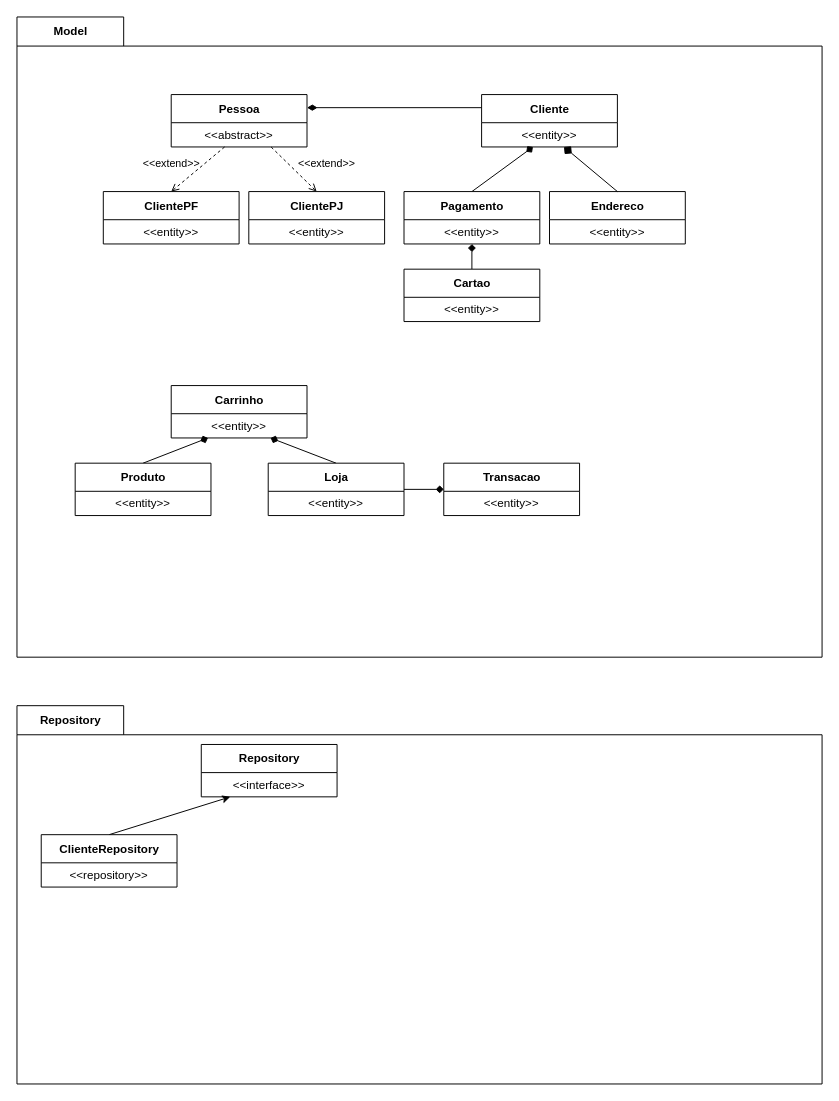
Earlier version of the draw.io diagram docs/assets/UML-pacotes.drawio (ospgab/LC_ProjetoFinal2). Source tidied: cells renumbered, new cells numbered last; positions are measured from the earlier drawing's top-left corner, leaving out a move shared by most shapes. Both pictures are drawn from the tidied source at 97%, with x=0, y=0 at pixel (16, 16).
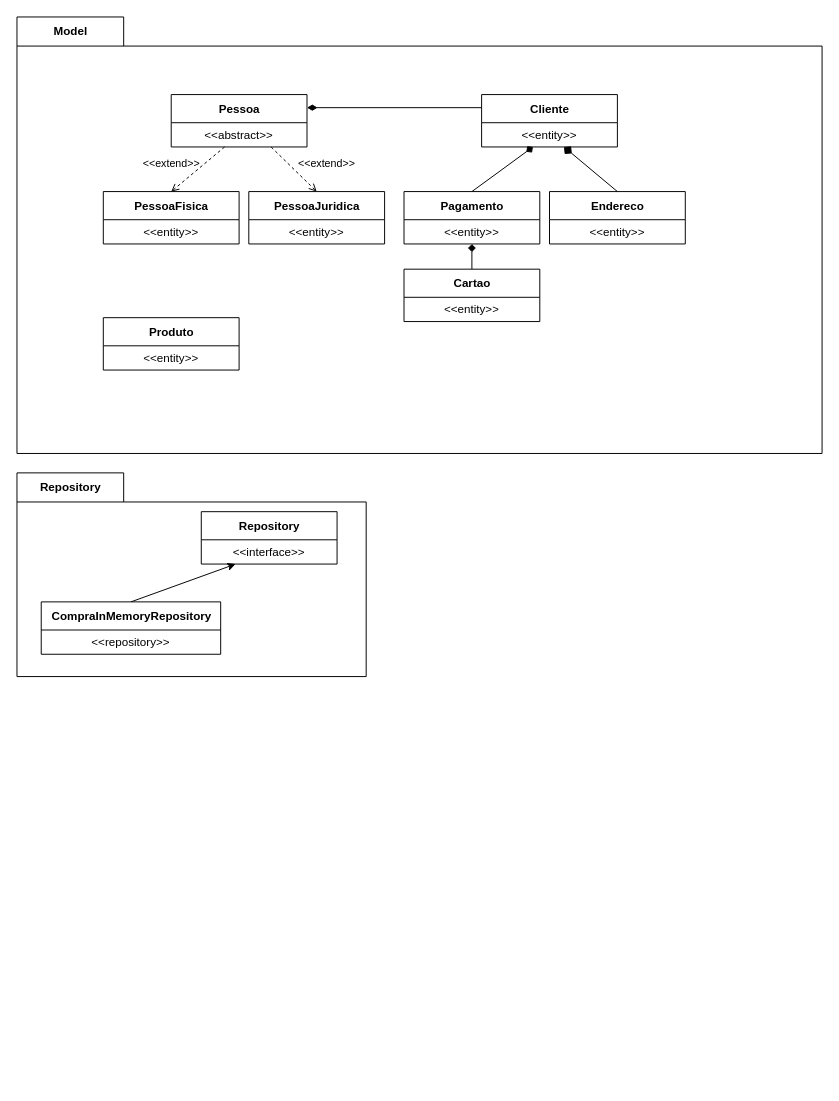
The same page after the edit.

Commit message (it also covers changes not shown here):
atualiza diagrama

Diff of the diagram source:
```diff
@@
     <mxCell id="2" value="Repository" style="shape=folder;fontStyle=1;tabWidth=110;tabHeight=30;tabPosition=left;html=1;boundedLbl=1;labelInHeader=1;" parent="1" vertex="1">
-      <mxGeometry y="710" width="830" height="390" as="geometry" />
+      <mxGeometry y="470" width="360" height="210" as="geometry" />
     </mxCell>
@@
-    <mxCell id="6" value="ClienteRepository" style="swimlane;fontStyle=1;align=center;verticalAlign=middle;horizontal=1;startSize=29;html=1;" parent="2" vertex="1">
-      <mxGeometry x="25" y="133" width="140" height="54" as="geometry" />
+    <mxCell id="6" value="CompraInMemoryRepository" style="swimlane;fontStyle=1;align=center;verticalAlign=middle;horizontal=1;startSize=29;html=1;" parent="2" vertex="1">
+      <mxGeometry x="25" y="133" width="185" height="54" as="geometry" />
     </mxCell>
     <mxCell id="7" value="&amp;lt;&amp;lt;repository&amp;gt;&amp;gt;" style="text;html=1;strokeColor=none;fillColor=none;align=center;verticalAlign=middle;spacingLeft=4;spacingRight=4;overflow=hidden;" parent="6" vertex="1">
-      <mxGeometry y="29" width="140" height="25" as="geometry" />
+      <mxGeometry y="29" width="185" height="25" as="geometry" />
     </mxCell>
@@
     <mxCell id="9" value="Model" style="shape=folder;fontStyle=1;tabWidth=110;tabHeight=30;tabPosition=left;html=1;boundedLbl=1;labelInHeader=1;" parent="1" vertex="1">
-      <mxGeometry width="830" height="660" as="geometry" />
+      <mxGeometry width="830" height="450" as="geometry" />
     </mxCell>
@@
-    <mxCell id="12" value="ClientePF" style="swimlane;fontStyle=1;align=center;verticalAlign=middle;horizontal=1;startSize=29;html=1;" parent="9" vertex="1">
+    <mxCell id="12" value="PessoaFisica" style="swimlane;fontStyle=1;align=center;verticalAlign=middle;horizontal=1;startSize=29;html=1;" parent="9" vertex="1">
       <mxGeometry x="89" y="180" width="140" height="54" as="geometry" />
     </mxCell>
@@
-    <mxCell id="14" value="ClientePJ" style="swimlane;fontStyle=1;align=center;verticalAlign=middle;horizontal=1;startSize=29;html=1;" parent="9" vertex="1">
+    <mxCell id="14" value="PessoaJuridica" style="swimlane;fontStyle=1;align=center;verticalAlign=middle;horizontal=1;startSize=29;html=1;" parent="9" vertex="1">
       <mxGeometry x="239" y="180" width="140" height="54" as="geometry" />
     </mxCell>
@@
-    <mxCell id="30" style="edgeStyle=none;rounded=0;jettySize=auto;html=1;exitX=0.5;exitY=0;exitDx=0;exitDy=0;startArrow=none;startFill=0;endArrow=diamond;endFill=1;" parent="9" edge="1" source="31" target="34">
-      <mxGeometry relative="1" as="geometry" />
-    </mxCell>
     <mxCell id="31" value="Produto" style="swimlane;fontStyle=1;align=center;verticalAlign=middle;horizontal=1;startSize=29;html=1;" parent="9" vertex="1">
-      <mxGeometry x="60" y="460" width="140" height="54" as="geometry" />
+      <mxGeometry x="89" y="310" width="140" height="54" as="geometry" />
     </mxCell>
@@
-    <mxCell id="33" value="Carrinho" style="swimlane;fontStyle=1;align=center;verticalAlign=middle;horizontal=1;startSize=29;html=1;" parent="9" vertex="1">
-      <mxGeometry x="159" y="380" width="140" height="54" as="geometry" />
-    </mxCell>
-    <mxCell id="34" value="&amp;lt;&amp;lt;entity&amp;gt;&amp;gt;" style="text;html=1;strokeColor=none;fillColor=none;align=center;verticalAlign=middle;spacingLeft=4;spacingRight=4;overflow=hidden;points=[[0,0.5],[1,0.5]];portConstraint=eastwest;" parent="33" vertex="1">
-      <mxGeometry y="29" width="140" height="25" as="geometry" />
-    </mxCell>
-    <mxCell id="35" style="edgeStyle=none;rounded=0;jettySize=auto;html=1;exitX=0.5;exitY=0;exitDx=0;exitDy=0;startArrow=none;startFill=0;endArrow=diamond;endFill=1;" parent="9" edge="1" source="37" target="34">
-      <mxGeometry relative="1" as="geometry" />
-    </mxCell>
-    <mxCell id="36" style="edgeStyle=none;rounded=0;jettySize=auto;html=1;exitX=1;exitY=0.5;exitDx=0;exitDy=0;startArrow=none;startFill=0;endArrow=diamond;endFill=1;" parent="9" edge="1" source="37" target="39">
-      <mxGeometry relative="1" as="geometry" />
-    </mxCell>
-    <mxCell id="37" value="Loja" style="swimlane;fontStyle=1;align=center;verticalAlign=middle;horizontal=1;startSize=29;html=1;" parent="9" vertex="1">
-      <mxGeometry x="259" y="460" width="140" height="54" as="geometry" />
-    </mxCell>
-    <mxCell id="38" value="&amp;lt;&amp;lt;entity&amp;gt;&amp;gt;" style="text;html=1;strokeColor=none;fillColor=none;align=center;verticalAlign=middle;spacingLeft=4;spacingRight=4;overflow=hidden;" parent="37" vertex="1">
-      <mxGeometry y="29" width="140" height="25" as="geometry" />
-    </mxCell>
-    <mxCell id="39" value="Transacao" style="swimlane;fontStyle=1;align=center;verticalAlign=middle;horizontal=1;startSize=29;html=1;" parent="9" vertex="1">
-      <mxGeometry x="440" y="460" width="140" height="54" as="geometry" />
-    </mxCell>
-    <mxCell id="40" value="&amp;lt;&amp;lt;entity&amp;gt;&amp;gt;" style="text;html=1;strokeColor=none;fillColor=none;align=center;verticalAlign=middle;spacingLeft=4;spacingRight=4;overflow=hidden;" parent="39" vertex="1">
-      <mxGeometry y="29" width="140" height="25" as="geometry" />
-    </mxCell>
```
